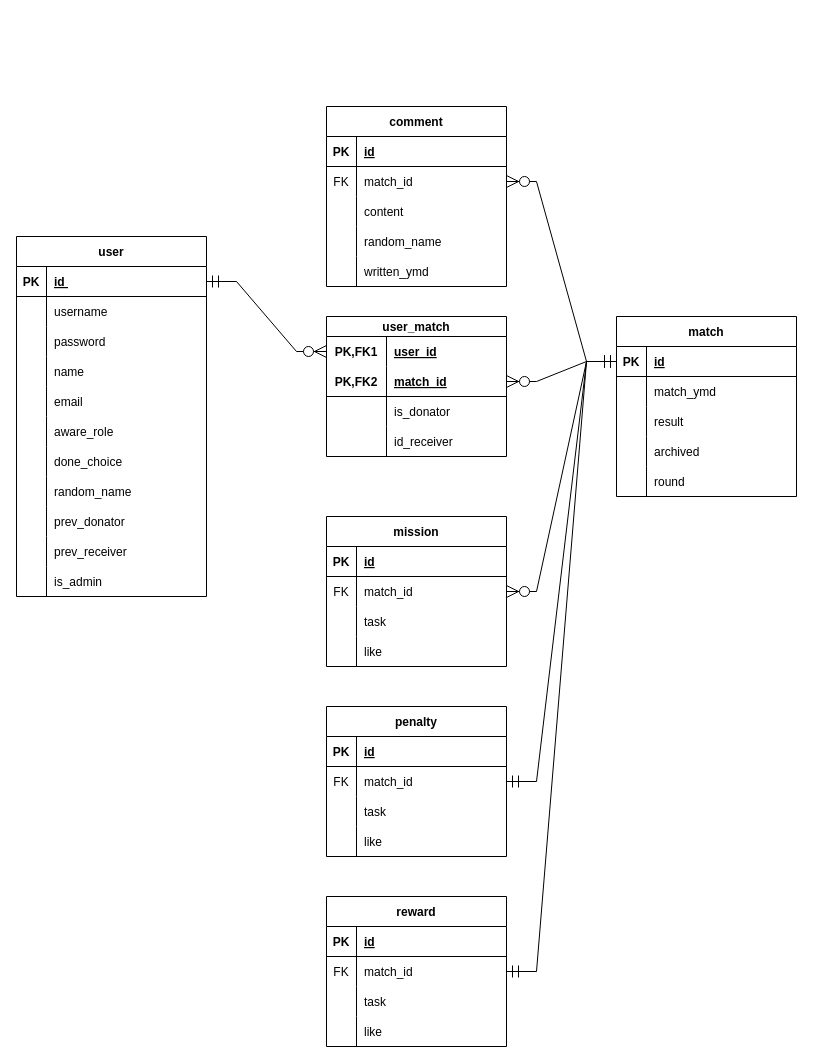
The draw.io diagram src/main/resources/draft/schema.drawio in kwan9069/manitto, before the edit. Source tidied: cells renumbered, new cells numbered last; positions are measured from the earlier drawing's top-left corner, leaving out a move shared by most shapes. Both pictures are drawn from the tidied source at 100%, with x=0, y=0 at pixel (16, 106).
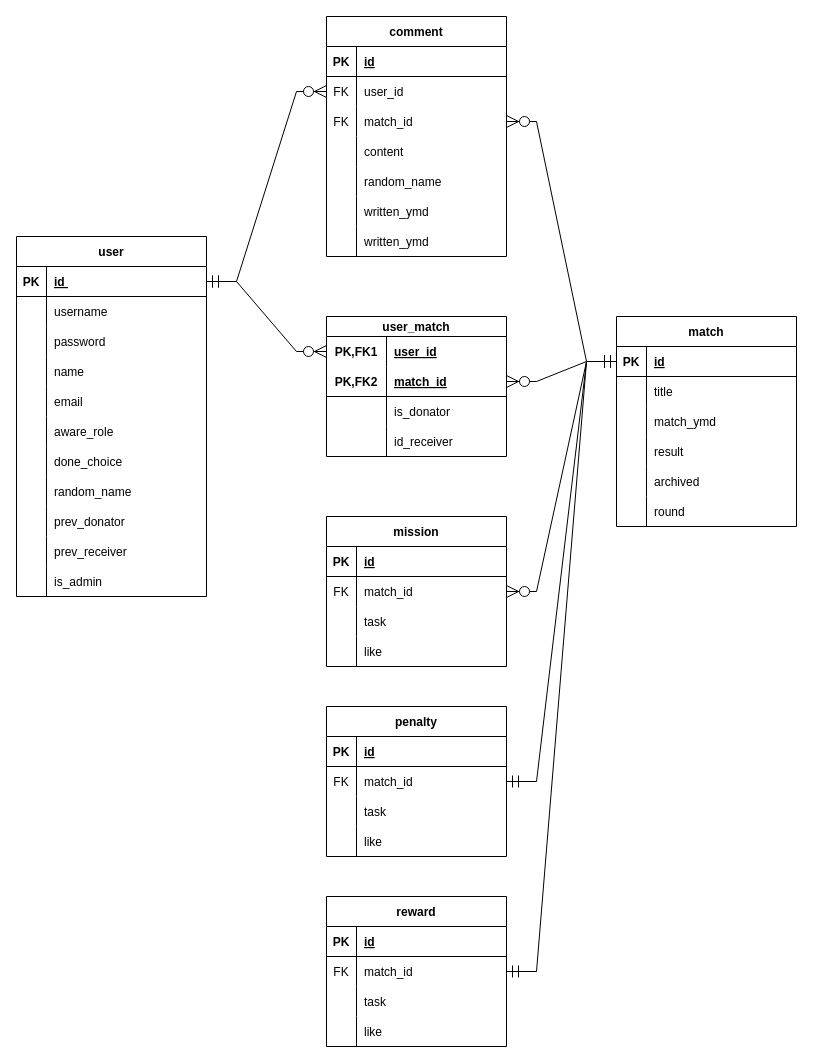
The same page after the edit.

Unchanged cells that the change refers to:
```xml
<mxCell id="3" style="shape=tableRow;horizontal=0;startSize=0;swimlaneHead=0;swimlaneBody=0;fillColor=none;points=[[0,0.5],[1,0.5]];portConstraint=eastwest;top=0;left=0;right=0;bottom=1;" parent="2" vertex="1">
  <mxGeometry y="30" width="190" height="30" as="geometry" />
</mxCell>
<mxCell id="37" style="shape=tableRow;horizontal=0;startSize=0;swimlaneHead=0;swimlaneBody=0;fillColor=none;points=[[0,0.5],[1,0.5]];portConstraint=eastwest;top=0;left=0;right=0;bottom=1;" parent="36" vertex="1">
  <mxGeometry y="30" width="180" height="30" as="geometry" />
</mxCell>
<mxCell id="40" style="shape=tableRow;horizontal=0;startSize=0;swimlaneHead=0;swimlaneBody=0;fillColor=none;top=0;left=0;right=0;bottom=0;" parent="36" vertex="1">
  <mxGeometry y="60" width="180" height="30" as="geometry" />
</mxCell>
<mxCell id="98" style="shape=tableRow;horizontal=0;startSize=0;swimlaneHead=0;swimlaneBody=0;fillColor=none;points=[[0,0.5],[1,0.5]];portConstraint=eastwest;top=0;left=0;right=0;bottom=0;" parent="94" vertex="1">
  <mxGeometry y="60" width="180" height="30" as="geometry" />
</mxCell>
```

What changed in the source:
```diff
@@
     <mxCell id="36" value="match" style="shape=table;startSize=30;childLayout=tableLayout;rowLines=0;fontStyle=1;align=center;" parent="1" vertex="1">
-      <mxGeometry x="600" y="210" width="180" height="180" as="geometry" />
+      <mxGeometry x="600" y="210" width="180" height="210" as="geometry" />
     </mxCell>
@@
-    <mxCell id="42" value="match_ymd" style="shape=partialRectangle;fillColor=none;top=0;left=0;bottom=0;right=0;align=left;spacingLeft=6;overflow=hidden;" parent="40" vertex="1">
+    <mxCell id="42" value="title" style="shape=partialRectangle;fillColor=none;top=0;left=0;bottom=0;right=0;align=left;spacingLeft=6;overflow=hidden;" parent="40" vertex="1">
       <mxGeometry x="30" width="150" height="30" as="geometry" />
     </mxCell>
+    <mxCell id="126" style="shape=tableRow;horizontal=0;startSize=0;swimlaneHead=0;swimlaneBody=0;fillColor=none;top=0;left=0;right=0;bottom=0;" parent="36" vertex="1">
+      <mxGeometry y="90" width="180" height="30" as="geometry" />
+    </mxCell>
+    <mxCell id="127" style="shape=partialRectangle;fillColor=none;top=0;left=0;bottom=0;right=0;overflow=hidden;" parent="126" vertex="1">
+      <mxGeometry width="30" height="30" as="geometry" />
+    </mxCell>
+    <mxCell id="128" value="match_ymd" style="shape=partialRectangle;fillColor=none;top=0;left=0;bottom=0;right=0;align=left;spacingLeft=6;overflow=hidden;" parent="126" vertex="1">
+      <mxGeometry x="30" width="150" height="30" as="geometry" />
+    </mxCell>
     <mxCell id="43" style="shape=tableRow;horizontal=0;startSize=0;swimlaneHead=0;swimlaneBody=0;fillColor=none;top=0;left=0;right=0;bottom=0;" parent="36" vertex="1">
-      <mxGeometry y="90" width="180" height="30" as="geometry" />
+      <mxGeometry y="120" width="180" height="30" as="geometry" />
     </mxCell>
@@
     <mxCell id="46" style="shape=tableRow;horizontal=0;startSize=0;swimlaneHead=0;swimlaneBody=0;fillColor=none;top=0;left=0;right=0;bottom=0;" parent="36" vertex="1">
-      <mxGeometry y="120" width="180" height="30" as="geometry" />
+      <mxGeometry y="150" width="180" height="30" as="geometry" />
     </mxCell>
@@
     <mxCell id="49" style="shape=tableRow;horizontal=0;startSize=0;swimlaneHead=0;swimlaneBody=0;fillColor=none;top=0;left=0;right=0;bottom=0;" parent="36" vertex="1">
-      <mxGeometry y="150" width="180" height="30" as="geometry" />
+      <mxGeometry y="180" width="180" height="30" as="geometry" />
     </mxCell>
@@
     <mxCell id="94" value="comment" style="shape=table;startSize=30;childLayout=tableLayout;rowLines=0;fontStyle=1;align=center;" parent="1" vertex="1">
-      <mxGeometry x="310" width="180" height="180" as="geometry" />
+      <mxGeometry x="310" y="-90" width="180" height="240" as="geometry" />
     </mxCell>
@@
-    <mxCell id="100" value="match_id" style="shape=partialRectangle;fillColor=none;top=0;left=0;bottom=0;right=0;align=left;spacingLeft=6;overflow=hidden;" parent="98" vertex="1">
+    <mxCell id="100" value="user_id" style="shape=partialRectangle;fillColor=none;top=0;left=0;bottom=0;right=0;align=left;spacingLeft=6;overflow=hidden;" parent="98" vertex="1">
       <mxGeometry x="30" width="150" height="30" as="geometry" />
     </mxCell>
+    <mxCell id="129" style="shape=tableRow;horizontal=0;startSize=0;swimlaneHead=0;swimlaneBody=0;fillColor=none;points=[[0,0.5],[1,0.5]];portConstraint=eastwest;top=0;left=0;right=0;bottom=0;" parent="94" vertex="1">
+      <mxGeometry y="90" width="180" height="30" as="geometry" />
+    </mxCell>
+    <mxCell id="130" value="FK" style="shape=partialRectangle;fillColor=none;top=0;left=0;bottom=0;right=0;overflow=hidden;" parent="129" vertex="1">
+      <mxGeometry width="30" height="30" as="geometry" />
+    </mxCell>
+    <mxCell id="131" value="match_id" style="shape=partialRectangle;fillColor=none;top=0;left=0;bottom=0;right=0;align=left;spacingLeft=6;overflow=hidden;" parent="129" vertex="1">
+      <mxGeometry x="30" width="150" height="30" as="geometry" />
+    </mxCell>
     <mxCell id="101" style="shape=tableRow;horizontal=0;startSize=0;swimlaneHead=0;swimlaneBody=0;fillColor=none;top=0;left=0;right=0;bottom=0;" parent="94" vertex="1">
-      <mxGeometry y="90" width="180" height="30" as="geometry" />
+      <mxGeometry y="120" width="180" height="30" as="geometry" />
     </mxCell>
@@
     <mxCell id="104" style="shape=tableRow;horizontal=0;startSize=0;swimlaneHead=0;swimlaneBody=0;fillColor=none;top=0;left=0;right=0;bottom=0;" parent="94" vertex="1">
-      <mxGeometry y="120" width="180" height="30" as="geometry" />
+      <mxGeometry y="150" width="180" height="30" as="geometry" />
     </mxCell>
@@
     <mxCell id="107" style="shape=tableRow;horizontal=0;startSize=0;swimlaneHead=0;swimlaneBody=0;fillColor=none;top=0;left=0;right=0;bottom=0;" parent="94" vertex="1">
-      <mxGeometry y="150" width="180" height="30" as="geometry" />
+      <mxGeometry y="180" width="180" height="30" as="geometry" />
     </mxCell>
@@
+    <mxCell id="132" style="shape=tableRow;horizontal=0;startSize=0;swimlaneHead=0;swimlaneBody=0;fillColor=none;top=0;left=0;right=0;bottom=0;" parent="94" vertex="1">
+      <mxGeometry y="210" width="180" height="30" as="geometry" />
+    </mxCell>
+    <mxCell id="133" style="shape=partialRectangle;fillColor=none;top=0;left=0;bottom=0;right=0;overflow=hidden;" parent="132" vertex="1">
+      <mxGeometry width="30" height="30" as="geometry" />
+    </mxCell>
+    <mxCell id="134" value="written_ymd" style="shape=partialRectangle;fillColor=none;top=0;left=0;bottom=0;right=0;align=left;spacingLeft=6;overflow=hidden;" parent="132" vertex="1">
+      <mxGeometry x="30" width="150" height="30" as="geometry" />
+    </mxCell>
-    <mxCell id="110" style="edgeStyle=entityRelationEdgeStyle;fontSize=12;html=1;endArrow=ERzeroToMany;startArrow=ERmandOne;rounded=0;startSize=10;endSize=10;entryX=1;entryY=0.5;entryDx=0;entryDy=0;exitX=0;exitY=0.5;exitDx=0;exitDy=0;" parent="1" edge="1" source="37" target="98">
+    <mxCell id="110" style="edgeStyle=entityRelationEdgeStyle;fontSize=12;html=1;endArrow=ERzeroToMany;startArrow=ERmandOne;rounded=0;startSize=10;endSize=10;exitX=0;exitY=0.5;exitDx=0;exitDy=0;" parent="1" edge="1" source="37" target="129">
       <mxGeometry relative="1" as="geometry" />
     </mxCell>
@@
+    <mxCell id="135" style="edgeStyle=entityRelationEdgeStyle;fontSize=12;html=1;endArrow=ERzeroToMany;startArrow=ERmandOne;rounded=0;endSize=10;exitX=1;exitY=0.5;exitDx=0;exitDy=0;startSize=10;" parent="1" edge="1" source="3" target="98">
+      <mxGeometry relative="1" as="geometry" />
+    </mxCell>
```
